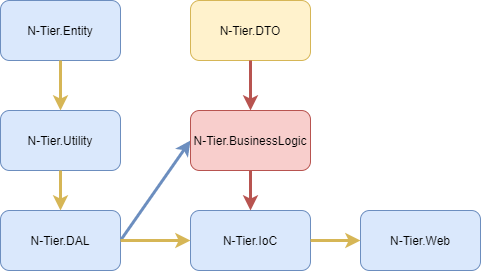
Before: diagram.png, a diagram exported from draw.io (yusuf-setiawan/Haulio-FarmFresh). Source tidied: cells renumbered, new cells last; positions are measured from the earlier drawing's top-left corner, leaving out a move shared by most shapes. The source it was exported from:
```xml
<mxGraphModel>
  <root>
    <mxCell id="0" />
    <mxCell id="1" parent="0" />
    <mxCell id="2" value="N-Tier.Entity" style="rounded=1;whiteSpace=wrap;html=1;fillColor=#dae8fc;strokeColor=#6c8ebf;" parent="1" vertex="1">
      <mxGeometry width="120" height="60" as="geometry" />
    </mxCell>
    <mxCell id="3" style="endArrow=classic;html=1;exitX=1;exitY=0.5;exitDx=0;exitDy=0;entryX=0;entryY=0.5;entryDx=0;entryDy=0;fillColor=#dae8fc;strokeColor=#6c8ebf;strokeWidth=3;" parent="1" edge="1" source="4" target="6">
      <mxGeometry relative="1" as="geometry" />
    </mxCell>
    <mxCell id="4" value="N-Tier.DAL" style="rounded=1;whiteSpace=wrap;html=1;fillColor=#dae8fc;strokeColor=#6c8ebf;" parent="1" vertex="1">
      <mxGeometry y="210" width="120" height="60" as="geometry" />
    </mxCell>
    <mxCell id="5" value="N-Tier.DTO" style="rounded=1;whiteSpace=wrap;html=1;fillColor=#fff2cc;strokeColor=#d6b656;" parent="1" vertex="1">
      <mxGeometry x="190" width="120" height="60" as="geometry" />
    </mxCell>
    <mxCell id="6" value="N-Tier.BusinessLogic" style="rounded=1;whiteSpace=wrap;html=1;fillColor=#f8cecc;strokeColor=#b85450;" parent="1" vertex="1">
      <mxGeometry x="190" y="110" width="120" height="60" as="geometry" />
    </mxCell>
    <mxCell id="7" value="N-Tier.IoC" style="rounded=1;whiteSpace=wrap;html=1;fillColor=#dae8fc;strokeColor=#6c8ebf;" parent="1" vertex="1">
      <mxGeometry x="190" y="210" width="120" height="60" as="geometry" />
    </mxCell>
    <mxCell id="8" value="N-Tier.Utility" style="rounded=1;whiteSpace=wrap;html=1;fillColor=#dae8fc;strokeColor=#6c8ebf;" parent="1" vertex="1">
      <mxGeometry y="110" width="120" height="60" as="geometry" />
    </mxCell>
    <mxCell id="9" value="N-Tier.Web" style="rounded=1;whiteSpace=wrap;html=1;fillColor=#dae8fc;strokeColor=#6c8ebf;" parent="1" vertex="1">
      <mxGeometry x="360" y="210" width="120" height="60" as="geometry" />
    </mxCell>
    <mxCell id="10" style="endArrow=classic;html=1;exitX=0.5;exitY=1;exitDx=0;exitDy=0;entryX=0.5;entryY=0;entryDx=0;entryDy=0;fillColor=#f8cecc;strokeColor=#b85450;strokeWidth=3;" parent="1" edge="1" source="5" target="6">
      <mxGeometry relative="1" as="geometry" />
    </mxCell>
    <mxCell id="11" style="endArrow=classic;html=1;exitX=0.5;exitY=1;exitDx=0;exitDy=0;fillColor=#fff2cc;strokeColor=#d6b656;strokeWidth=3;" parent="1" edge="1" source="2">
      <mxGeometry relative="1" as="geometry">
        <mxPoint x="60" y="110" as="targetPoint" />
      </mxGeometry>
    </mxCell>
    <mxCell id="12" style="endArrow=classic;html=1;entryX=0.5;entryY=0;entryDx=0;entryDy=0;fillColor=#fff2cc;strokeColor=#d6b656;strokeWidth=3;" parent="1" edge="1" source="8" target="4">
      <mxGeometry relative="1" as="geometry" />
    </mxCell>
    <mxCell id="13" style="endArrow=classic;html=1;exitX=1;exitY=0.5;exitDx=0;exitDy=0;entryX=0;entryY=0.5;entryDx=0;entryDy=0;fillColor=#fff2cc;strokeColor=#d6b656;strokeWidth=3;" parent="1" edge="1" source="4" target="7">
      <mxGeometry relative="1" as="geometry" />
    </mxCell>
    <mxCell id="14" style="endArrow=classic;html=1;exitX=0.5;exitY=1;exitDx=0;exitDy=0;entryX=0.5;entryY=0;entryDx=0;entryDy=0;fillColor=#f8cecc;strokeColor=#b85450;strokeWidth=3;" parent="1" edge="1" source="6" target="7">
      <mxGeometry relative="1" as="geometry" />
    </mxCell>
    <mxCell id="15" style="endArrow=classic;html=1;exitX=1;exitY=0.5;exitDx=0;exitDy=0;fillColor=#fff2cc;strokeColor=#d6b656;strokeWidth=3;" parent="1" edge="1" source="7">
      <mxGeometry relative="1" as="geometry">
        <mxPoint x="360" y="240" as="targetPoint" />
      </mxGeometry>
    </mxCell>
  </root>
</mxGraphModel>
```
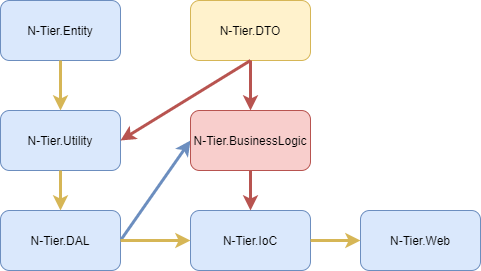
The same diagram one commit later.

The edit, as a diff of the source:
```diff
@@ -48,5 +48,8 @@
         <mxPoint x="360" y="240" as="targetPoint" />
       </mxGeometry>
     </mxCell>
+    <mxCell id="16" style="endArrow=classic;html=1;exitX=0.5;exitY=1;exitDx=0;exitDy=0;fillColor=#f8cecc;strokeColor=#b85450;strokeWidth=3;entryX=1;entryY=0.5;entryDx=0;entryDy=0;" parent="1" edge="1" source="5" target="8">
+      <mxGeometry relative="1" as="geometry" />
+    </mxCell>
   </root>
 </mxGraphModel>
```
